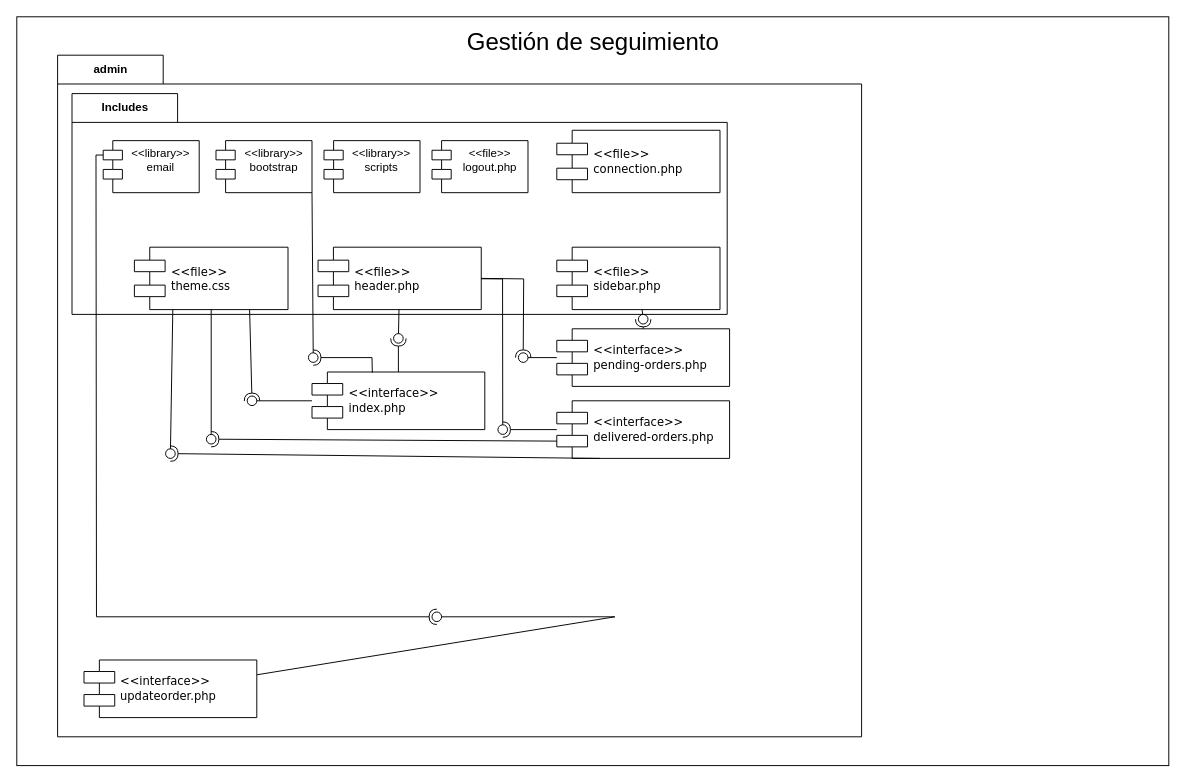
Earlier version of the draw.io diagram Diagramas/DiagramaNuevoJorge.drawio (JorgeADnro/Torres). Source tidied: cells renumbered, new cells numbered last; positions are measured from the earlier drawing's top-left corner, leaving out a move shared by most shapes. Both pictures are drawn from the tidied source at 96%, with x=0, y=0 at pixel (16, 16).
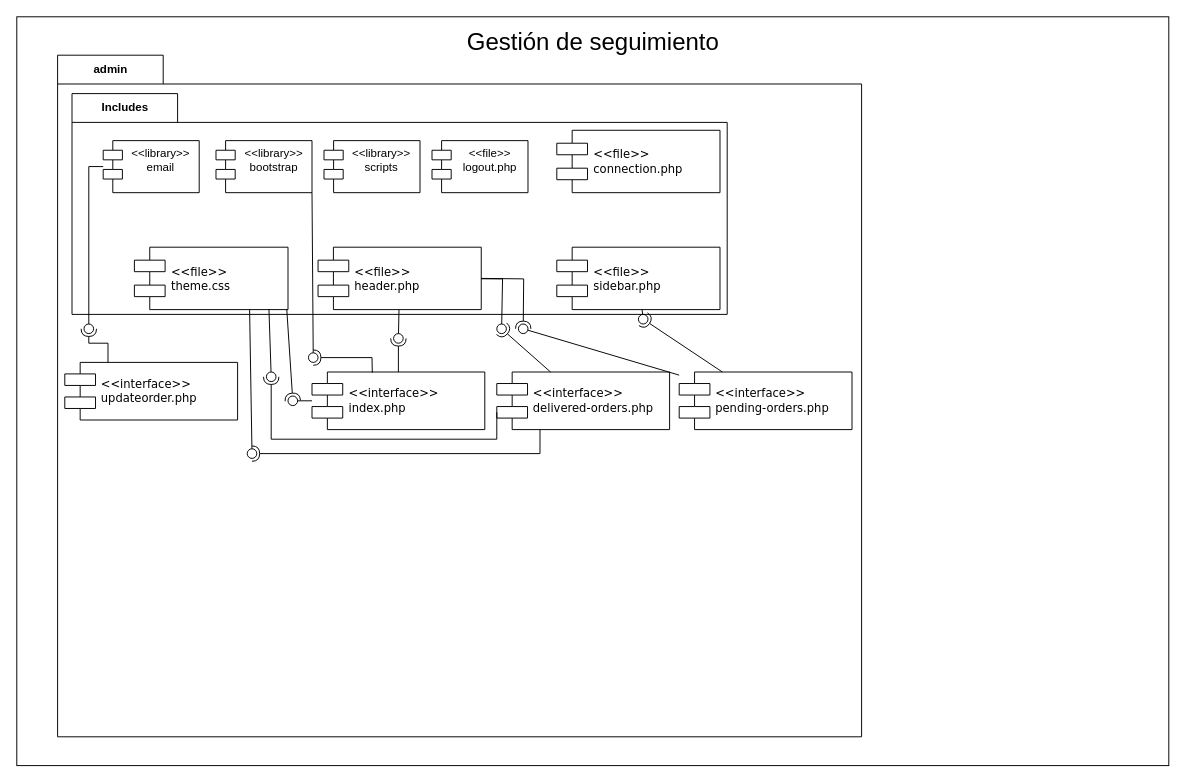
The same page after the edit.

The change refers to these unchanged cells:
```xml
<mxCell id="16" value="&amp;lt;&amp;lt;file&amp;gt;&amp;gt;&lt;br&gt;theme.css" style="shape=component;align=left;spacingLeft=36;rounded=0;shadow=0;comic=0;labelBackgroundColor=none;strokeWidth=1;fontFamily=Verdana;fontSize=12;html=1;" parent="1" vertex="1">
  <mxGeometry x="122.5" y="240" width="160" height="65" as="geometry" />
</mxCell>
<mxCell id="17" value="&amp;lt;&amp;lt;library&amp;gt;&amp;gt;&lt;br&gt;email" style="shape=module;align=left;spacingLeft=20;align=center;verticalAlign=top;whiteSpace=wrap;html=1;" parent="1" vertex="1">
  <mxGeometry x="90" y="129" width="100" height="54.2" as="geometry" />
</mxCell>
```

Change to the diagram source:
```diff
@@
     <mxCell id="7" value="&amp;lt;&amp;lt;interface&amp;gt;&amp;gt;&lt;br&gt;delivered-orders.php" style="shape=component;align=left;spacingLeft=36;rounded=0;shadow=0;comic=0;labelBackgroundColor=none;strokeWidth=1;fontFamily=Verdana;fontSize=12;html=1;" parent="1" vertex="1">
-      <mxGeometry x="562.5" y="400" width="180" height="60" as="geometry" />
+      <mxGeometry x="500" y="370" width="180" height="60" as="geometry" />
     </mxCell>
@@
-    <mxCell id="14" style="rounded=0;jettySize=auto;html=1;endArrow=oval;endFill=0;sketch=0;sourcePerimeterSpacing=0;targetPerimeterSpacing=0;endSize=10;" parent="1" edge="1" source="28" target="15">
-      <mxGeometry relative="1" as="geometry">
-        <Array as="points">
-          <mxPoint x="623" y="625" />
-        </Array>
-      </mxGeometry>
-    </mxCell>
-    <mxCell id="15" style="ellipse;whiteSpace=wrap;html=1;align=center;fillColor=none;strokeColor=none;perimeter=centerPerimeter;points=[];outlineConnect=1;" parent="1" vertex="1">
-      <mxGeometry x="432.5" y="620" width="10" height="10" as="geometry" />
-    </mxCell>
@@
-    <mxCell id="18" style="rounded=0;jettySize=auto;html=1;endArrow=halfCircle;endFill=0;endSize=6;strokeWidth=1;sketch=0;exitX=0;exitY=0;exitDx=0;exitDy=15;exitPerimeter=0;entryX=0.463;entryY=-0.238;entryDx=0;entryDy=0;entryPerimeter=0;" parent="1" edge="1" source="17" target="15">
-      <mxGeometry relative="1" as="geometry">
-        <Array as="points">
-          <mxPoint x="82.5" y="144" />
-          <mxPoint x="83" y="625" />
-        </Array>
-      </mxGeometry>
-    </mxCell>
@@
     <mxCell id="27" value="&amp;lt;&amp;lt;interface&amp;gt;&amp;gt;&lt;br&gt;pending-orders.php" style="shape=component;align=left;spacingLeft=36;rounded=0;shadow=0;comic=0;labelBackgroundColor=none;strokeWidth=1;fontFamily=Verdana;fontSize=12;html=1;" parent="1" vertex="1">
-      <mxGeometry x="562.5" y="325" width="180" height="60" as="geometry" />
+      <mxGeometry x="690" y="370" width="180" height="60" as="geometry" />
     </mxCell>
     <mxCell id="28" value="&amp;lt;&amp;lt;interface&amp;gt;&amp;gt;&lt;br&gt;updateorder.php" style="shape=component;align=left;spacingLeft=36;rounded=0;shadow=0;comic=0;labelBackgroundColor=none;strokeWidth=1;fontFamily=Verdana;fontSize=12;html=1;" parent="1" vertex="1">
-      <mxGeometry x="70" y="670" width="180" height="60" as="geometry" />
+      <mxGeometry x="50" y="360" width="180" height="60" as="geometry" />
     </mxCell>
@@
-    <mxCell id="33" style="rounded=0;jettySize=auto;html=1;endArrow=halfCircle;endFill=0;endSize=6;strokeWidth=1;sketch=0;exitX=0.75;exitY=1;exitDx=0;exitDy=0;" parent="1" edge="1" source="16" target="35">
+    <mxCell id="33" style="rounded=0;jettySize=auto;html=1;endArrow=halfCircle;endFill=0;endSize=6;strokeWidth=1;sketch=0;exitX=0.992;exitY=0.996;exitDx=0;exitDy=0;exitPerimeter=0;" parent="1" edge="1" source="16" target="35">
       <mxGeometry relative="1" as="geometry" />
     </mxCell>
@@
     <mxCell id="35" style="ellipse;whiteSpace=wrap;html=1;align=center;fillColor=none;strokeColor=none;perimeter=centerPerimeter;points=[];outlineConnect=1;" parent="1" vertex="1">
-      <mxGeometry x="240" y="395" width="10" height="10" as="geometry" />
+      <mxGeometry x="282.5" y="395" width="10" height="10" as="geometry" />
     </mxCell>
@@
     <mxCell id="38" style="ellipse;whiteSpace=wrap;html=1;align=center;fillColor=none;strokeColor=none;perimeter=centerPerimeter;points=[];outlineConnect=1;" parent="1" vertex="1">
-      <mxGeometry x="501.2" y="425" width="10" height="10" as="geometry" />
+      <mxGeometry x="500" y="320" width="10" height="10" as="geometry" />
     </mxCell>
@@
     <mxCell id="41" style="ellipse;whiteSpace=wrap;html=1;align=center;fillColor=none;strokeColor=none;perimeter=centerPerimeter;points=[];outlineConnect=1;" parent="1" vertex="1">
-      <mxGeometry x="522.5" y="350" width="10" height="10" as="geometry" />
+      <mxGeometry x="522.5" y="320" width="10" height="10" as="geometry" />
     </mxCell>
@@
     <mxCell id="45" style="rounded=0;jettySize=auto;html=1;endArrow=halfCircle;endFill=0;endSize=6;strokeWidth=1;sketch=0;exitX=0;exitY=0.7;exitDx=0;exitDy=0;" parent="1" edge="1" source="7" target="47">
-      <mxGeometry relative="1" as="geometry" />
+      <mxGeometry relative="1" as="geometry">
+        <Array as="points">
+          <mxPoint x="500" y="440" />
+          <mxPoint x="265" y="440" />
+        </Array>
+      </mxGeometry>
     </mxCell>
-    <mxCell id="46" style="rounded=0;jettySize=auto;html=1;endArrow=oval;endFill=0;sketch=0;sourcePerimeterSpacing=0;targetPerimeterSpacing=0;endSize=10;" parent="1" edge="1" source="16" target="47">
+    <mxCell id="46" style="rounded=0;jettySize=auto;html=1;endArrow=oval;endFill=0;sketch=0;sourcePerimeterSpacing=0;targetPerimeterSpacing=0;endSize=10;exitX=0.876;exitY=0.996;exitDx=0;exitDy=0;exitPerimeter=0;" parent="1" edge="1" source="16" target="47">
       <mxGeometry relative="1" as="geometry" />
     </mxCell>
     <mxCell id="47" style="ellipse;whiteSpace=wrap;html=1;align=center;fillColor=none;strokeColor=none;perimeter=centerPerimeter;points=[];outlineConnect=1;" parent="1" vertex="1">
-      <mxGeometry x="197.5" y="435" width="10" height="10" as="geometry" />
+      <mxGeometry x="260" y="370" width="10" height="10" as="geometry" />
     </mxCell>
     <mxCell id="48" style="rounded=0;jettySize=auto;html=1;endArrow=halfCircle;endFill=0;endSize=6;strokeWidth=1;sketch=0;exitX=0.25;exitY=1;exitDx=0;exitDy=0;" parent="1" edge="1" source="7" target="50">
-      <mxGeometry relative="1" as="geometry" />
+      <mxGeometry relative="1" as="geometry">
+        <Array as="points">
+          <mxPoint x="545" y="455" />
+        </Array>
+      </mxGeometry>
     </mxCell>
-    <mxCell id="49" style="rounded=0;jettySize=auto;html=1;endArrow=oval;endFill=0;sketch=0;sourcePerimeterSpacing=0;targetPerimeterSpacing=0;endSize=10;exitX=0.25;exitY=1;exitDx=0;exitDy=0;" parent="1" edge="1" source="16" target="50">
+    <mxCell id="49" style="rounded=0;jettySize=auto;html=1;endArrow=oval;endFill=0;sketch=0;sourcePerimeterSpacing=0;targetPerimeterSpacing=0;endSize=10;exitX=0.75;exitY=1;exitDx=0;exitDy=0;" parent="1" edge="1" source="16" target="50">
       <mxGeometry relative="1" as="geometry" />
     </mxCell>
     <mxCell id="50" style="ellipse;whiteSpace=wrap;html=1;align=center;fillColor=none;strokeColor=none;perimeter=centerPerimeter;points=[];outlineConnect=1;" parent="1" vertex="1">
-      <mxGeometry x="155" y="450" width="10" height="10" as="geometry" />
+      <mxGeometry x="240" y="450" width="10" height="10" as="geometry" />
     </mxCell>
+    <mxCell id="51" style="rounded=0;jettySize=auto;html=1;endArrow=halfCircle;endFill=0;endSize=6;strokeWidth=1;sketch=0;exitX=0.25;exitY=0;exitDx=0;exitDy=0;edgeStyle=orthogonalEdgeStyle;" parent="1" edge="1" source="28" target="53">
+      <mxGeometry relative="1" as="geometry" />
+    </mxCell>
+    <mxCell id="52" style="rounded=0;jettySize=auto;html=1;endArrow=oval;endFill=0;sketch=0;sourcePerimeterSpacing=0;targetPerimeterSpacing=0;endSize=10;" parent="1" edge="1" source="17" target="53">
+      <mxGeometry relative="1" as="geometry">
+        <Array as="points">
+          <mxPoint x="75" y="156" />
+        </Array>
+      </mxGeometry>
+    </mxCell>
+    <mxCell id="53" style="ellipse;whiteSpace=wrap;html=1;align=center;fillColor=none;strokeColor=none;perimeter=centerPerimeter;points=[];outlineConnect=1;" parent="1" vertex="1">
+      <mxGeometry x="70" y="320" width="10" height="10" as="geometry" />
+    </mxCell>
```
